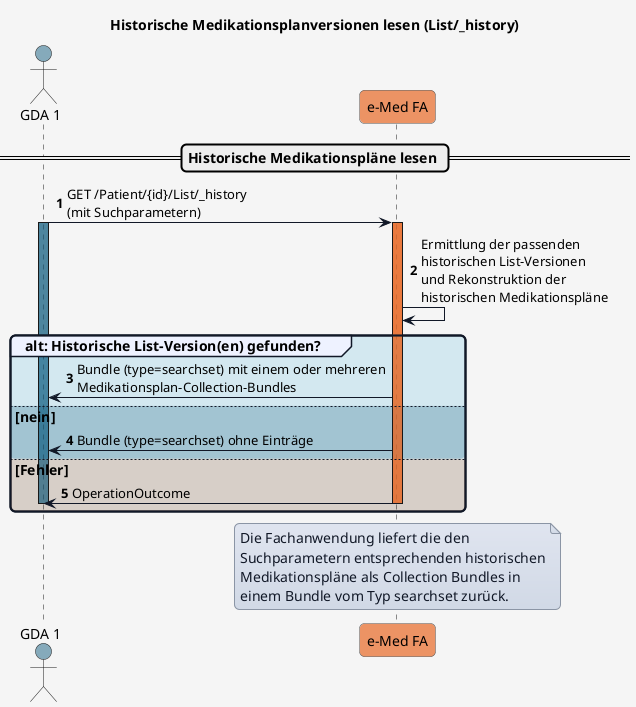
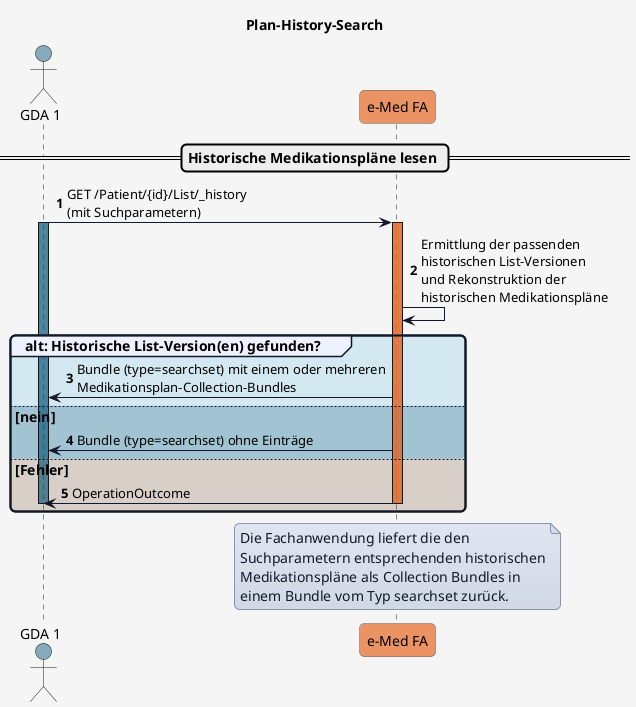
@startuml
- title Historische Medikationsplanversionen lesen (List/_history)
+ title Plan-History-Search

'skinparam actorStyle awesome

skinparam borderColor #000000
skinparam backgroundColor #f5f5f5
skinparam shadowing false
skinparam roundCorner 10
skinparam defaultFontName "Arial"
skinparam defaultFontSize 14
skinparam defaultFontColor #000000
skinparam HyperlinkColor #0000EE
skinparam HyperlinkUnderline false
skinparam BoxPadding 20
skinparam BoxBorderColor #555555

skinparam note {
  BackgroundColor #e0e5f0-#d1d9e6
  BorderColor #8b95a5
  BorderThickness 1
  RoundCorner 0
  Padding 6
  FontColor #111827
  Shadowing false
}

skinparam sequence {
  ParticipantBorderColor #555555
  ParticipantBackgroundColor #ffffff
  ParticipantFontColor #000000
  ParticipantFontSize 14
  ParticipantPadding 20
  ArrowColor #111827
  ArrowThickness 1
  ArrowFontColor #000000
  ArrowFontSize 13
  GroupBorderColor #111827
  GroupBackgroundColor #eef2ff
  GroupBorderThickness 2
}

!define COLOR_GDA_1    #15608280
!define COLOR_GDA_2    #96607D80
!define COLOR_PATIENT  #196B2480
!define COLOR_APO      #0F9ED590
!define COLOR_EMED_FA  #e97232bd
!define COLOR_E_REZEPT #cd3732a9

!define COLOR_OK       #0F9ED525
!define COLOR_OK_2     #34738d4e
!define COLOR_ERROR    #E9713235


actor GDA_1 as "GDA 1" COLOR_GDA_1
participant eMed_FA as "e-Med FA" COLOR_EMED_FA


autonumber

== Historische Medikationspläne lesen ==

GDA_1 -> eMed_FA: GET /Patient/{id}/List/_history\n(mit Suchparametern)
activate GDA_1 COLOR_GDA_1

activate eMed_FA COLOR_EMED_FA
eMed_FA -> eMed_FA: Ermittlung der passenden\nhistorischen List-Versionen\nund Rekonstruktion der\nhistorischen Medikationspläne

group COLOR_OK alt: Historische List-Version(en) gefunden?
  eMed_FA -> GDA_1: Bundle (type=searchset) mit einem oder mehreren\nMedikationsplan-Collection-Bundles
else COLOR_OK_2 nein
  eMed_FA -> GDA_1: Bundle (type=searchset) ohne Einträge
else COLOR_ERROR Fehler
  eMed_FA -> GDA_1: OperationOutcome
  deactivate GDA_1
  deactivate eMed_FA
end


note over eMed_FA
Die Fachanwendung liefert die den
Suchparametern entsprechenden historischen
Medikationspläne als Collection Bundles in
einem Bundle vom Typ searchset zurück.
end note

@enduml